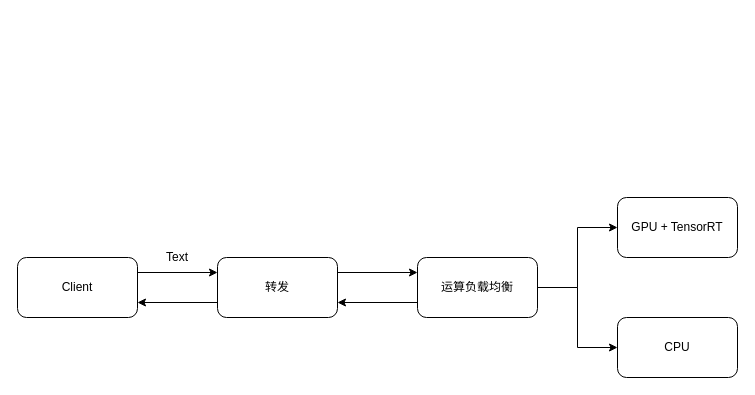
Before: System Design.drawio in houance/CV-API-PlatForm, a draw.io diagram. Source tidied: cells renumbered, new cells numbered last; positions are measured from the earlier drawing's top-left corner, leaving out a move shared by most shapes. Both pictures are drawn from the tidied source at 100%, with x=0, y=0 at pixel (17, 197).
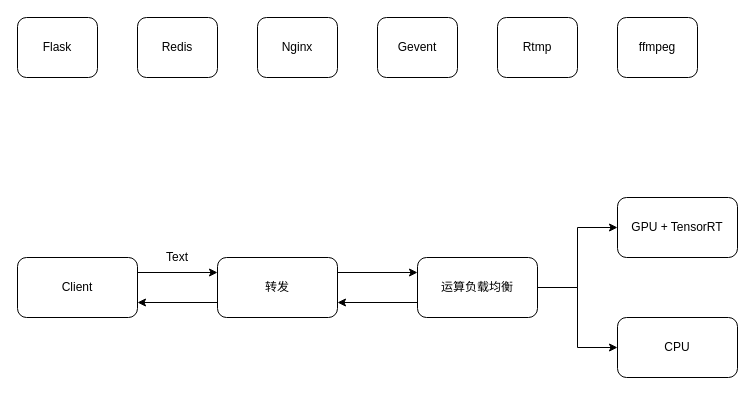
Above is the later version.

Diff of the diagram source:
```diff
@@
 <mxGraphModel>
   <root>
     <mxCell id="0" />
     <mxCell id="1" parent="0" />
     <mxCell id="2" style="edgeStyle=orthogonalEdgeStyle;rounded=0;jettySize=auto;html=1;exitX=1;exitY=0.25;exitDx=0;exitDy=0;entryX=0;entryY=0.25;entryDx=0;entryDy=0;" parent="1" edge="1" source="3" target="6">
       <mxGeometry relative="1" as="geometry" />
     </mxCell>
     <mxCell id="3" value="Client" style="rounded=1;whiteSpace=wrap;html=1;" parent="1" vertex="1">
       <mxGeometry y="60" width="120" height="60" as="geometry" />
     </mxCell>
     <mxCell id="4" style="edgeStyle=orthogonalEdgeStyle;rounded=0;jettySize=auto;html=1;exitX=0;exitY=0.75;exitDx=0;exitDy=0;entryX=1;entryY=0.75;entryDx=0;entryDy=0;" parent="1" edge="1" source="6" target="3">
       <mxGeometry relative="1" as="geometry" />
     </mxCell>
     <mxCell id="5" style="edgeStyle=orthogonalEdgeStyle;rounded=0;jettySize=auto;html=1;exitX=1;exitY=0.25;exitDx=0;exitDy=0;entryX=0;entryY=0.25;entryDx=0;entryDy=0;" parent="1" edge="1" source="6" target="10">
       <mxGeometry relative="1" as="geometry" />
     </mxCell>
     <mxCell id="6" value="转发" style="rounded=1;whiteSpace=wrap;html=1;" parent="1" vertex="1">
       <mxGeometry x="200" y="60" width="120" height="60" as="geometry" />
     </mxCell>
     <mxCell id="7" style="edgeStyle=orthogonalEdgeStyle;rounded=0;jettySize=auto;html=1;exitX=0;exitY=0.75;exitDx=0;exitDy=0;entryX=1;entryY=0.75;entryDx=0;entryDy=0;" parent="1" edge="1" source="10" target="6">
       <mxGeometry relative="1" as="geometry" />
     </mxCell>
     <mxCell id="8" style="edgeStyle=orthogonalEdgeStyle;rounded=0;jettySize=auto;html=1;entryX=0;entryY=0.5;entryDx=0;entryDy=0;" parent="1" edge="1" source="10" target="11">
       <mxGeometry relative="1" as="geometry" />
     </mxCell>
     <mxCell id="9" style="edgeStyle=orthogonalEdgeStyle;rounded=0;jettySize=auto;html=1;entryX=0;entryY=0.5;entryDx=0;entryDy=0;" parent="1" edge="1" source="10" target="12">
       <mxGeometry relative="1" as="geometry" />
     </mxCell>
     <mxCell id="10" value="运算负载均衡" style="rounded=1;whiteSpace=wrap;html=1;" parent="1" vertex="1">
       <mxGeometry x="400" y="60" width="120" height="60" as="geometry" />
     </mxCell>
     <mxCell id="11" value="GPU + TensorRT" style="rounded=1;whiteSpace=wrap;html=1;" parent="1" vertex="1">
       <mxGeometry x="600" width="120" height="60" as="geometry" />
     </mxCell>
     <mxCell id="12" value="CPU" style="rounded=1;whiteSpace=wrap;html=1;" parent="1" vertex="1">
       <mxGeometry x="600" y="120" width="120" height="60" as="geometry" />
     </mxCell>
     <mxCell id="13" value="Text" style="text;html=1;strokeColor=none;fillColor=none;align=center;verticalAlign=middle;whiteSpace=wrap;rounded=0;" parent="1" vertex="1">
       <mxGeometry x="140" y="50" width="40" height="20" as="geometry" />
     </mxCell>
+    <mxCell id="14" value="Flask" style="rounded=1;whiteSpace=wrap;html=1;" parent="1" vertex="1">
+      <mxGeometry y="-180" width="80" height="60" as="geometry" />
+    </mxCell>
+    <mxCell id="15" value="Redis" style="rounded=1;whiteSpace=wrap;html=1;" parent="1" vertex="1">
+      <mxGeometry x="120" y="-180" width="80" height="60" as="geometry" />
+    </mxCell>
+    <mxCell id="16" value="Nginx" style="rounded=1;whiteSpace=wrap;html=1;" parent="1" vertex="1">
+      <mxGeometry x="240" y="-180" width="80" height="60" as="geometry" />
+    </mxCell>
+    <mxCell id="17" value="Gevent" style="rounded=1;whiteSpace=wrap;html=1;" parent="1" vertex="1">
+      <mxGeometry x="360" y="-180" width="80" height="60" as="geometry" />
+    </mxCell>
+    <mxCell id="18" value="Rtmp" style="rounded=1;whiteSpace=wrap;html=1;" parent="1" vertex="1">
+      <mxGeometry x="480" y="-180" width="80" height="60" as="geometry" />
+    </mxCell>
+    <mxCell id="19" value="ffmpeg" style="rounded=1;whiteSpace=wrap;html=1;" parent="1" vertex="1">
+      <mxGeometry x="600" y="-180" width="80" height="60" as="geometry" />
+    </mxCell>
   </root>
 </mxGraphModel>
```
